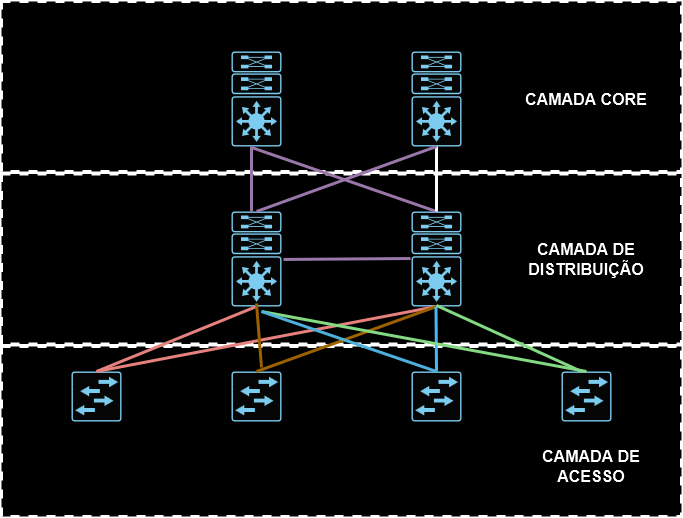
Earlier version of the draw.io export CCNP 350-401 ENCOR/01 - Architecture/03 - Modelo Hierárquico/01 - Modelo Hierárquico em três Camadas/Imagens/design.png (alcancil/Cisco). Source tidied: cells renumbered, new cells last; positions are measured from the earlier drawing's top-left corner, leaving out a move shared by most shapes.
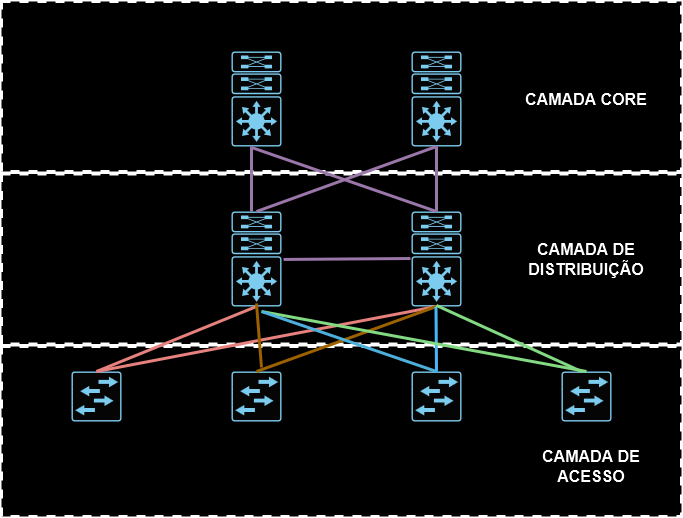
Later version of the same file.

Commit message:
Adicionado a pasta 03 - Modelo Hierarquico em 01 - Architecture

Diff of the diagram source:
```diff
@@ -46,7 +46,7 @@
         <mxPoint x="250" y="146" as="sourcePoint" />
       </mxGeometry>
     </mxCell>
-    <mxCell id="15" style="endArrow=none;html=1;rounded=0;strokeWidth=3;entryX=0.5;entryY=0;entryDx=0;entryDy=0;entryPerimeter=0;exitX=0.5;exitY=1;exitDx=0;exitDy=0;exitPerimeter=0;" parent="1" edge="1" source="5" target="7">
+    <mxCell id="15" style="endArrow=none;html=1;rounded=0;strokeWidth=3;entryX=0.5;entryY=0;entryDx=0;entryDy=0;entryPerimeter=0;exitX=0.5;exitY=1;exitDx=0;exitDy=0;exitPerimeter=0;fillColor=#e1d5e7;strokeColor=#9673a6;" parent="1" edge="1" source="5" target="7">
       <mxGeometry relative="1" as="geometry" />
     </mxCell>
     <mxCell id="16" style="endArrow=none;html=1;rounded=0;strokeWidth=3;entryX=0.5;entryY=0;entryDx=0;entryDy=0;entryPerimeter=0;exitX=0.5;exitY=1;exitDx=0;exitDy=0;exitPerimeter=0;fillColor=#e1d5e7;strokeColor=#9673a6;" parent="1" edge="1">
```
